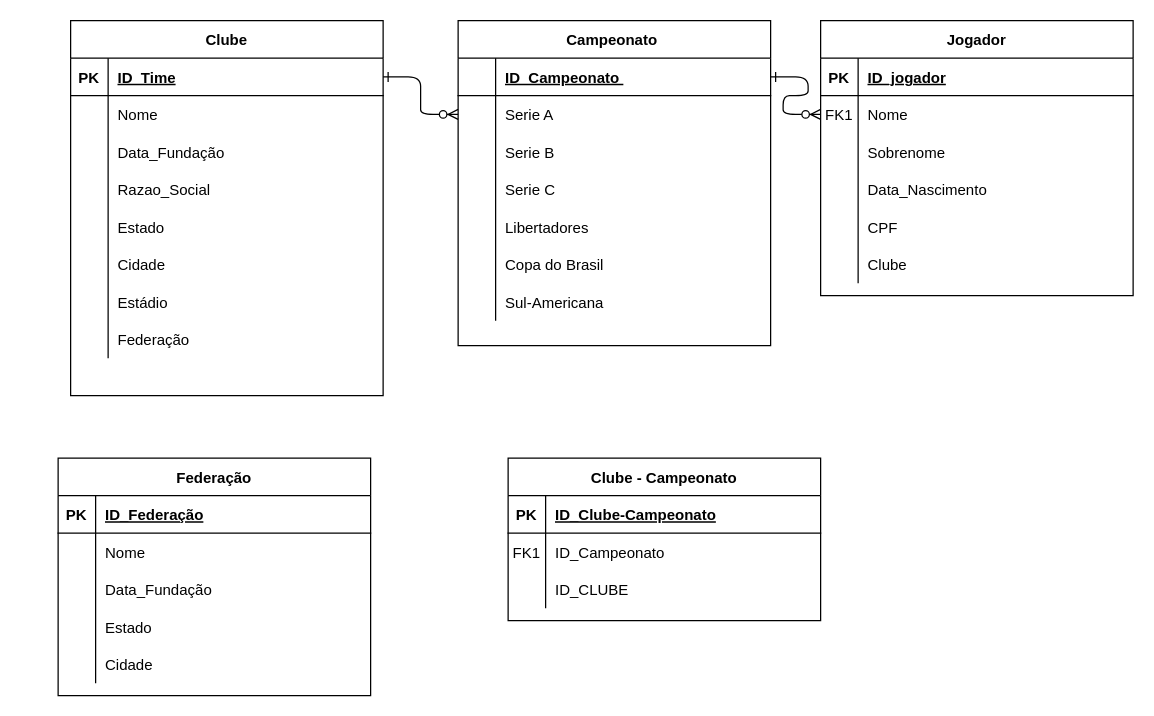
Above: Checkpoint 1.drawio in joaopaulo159/DH (draw.io), before the change. Source tidied: cells renumbered, new cells numbered last; positions are measured from the earlier drawing's top-left corner, leaving out a move shared by most shapes. Both pictures are drawn from the tidied source at 125%, with x=0, y=0 at pixel (58, 20).
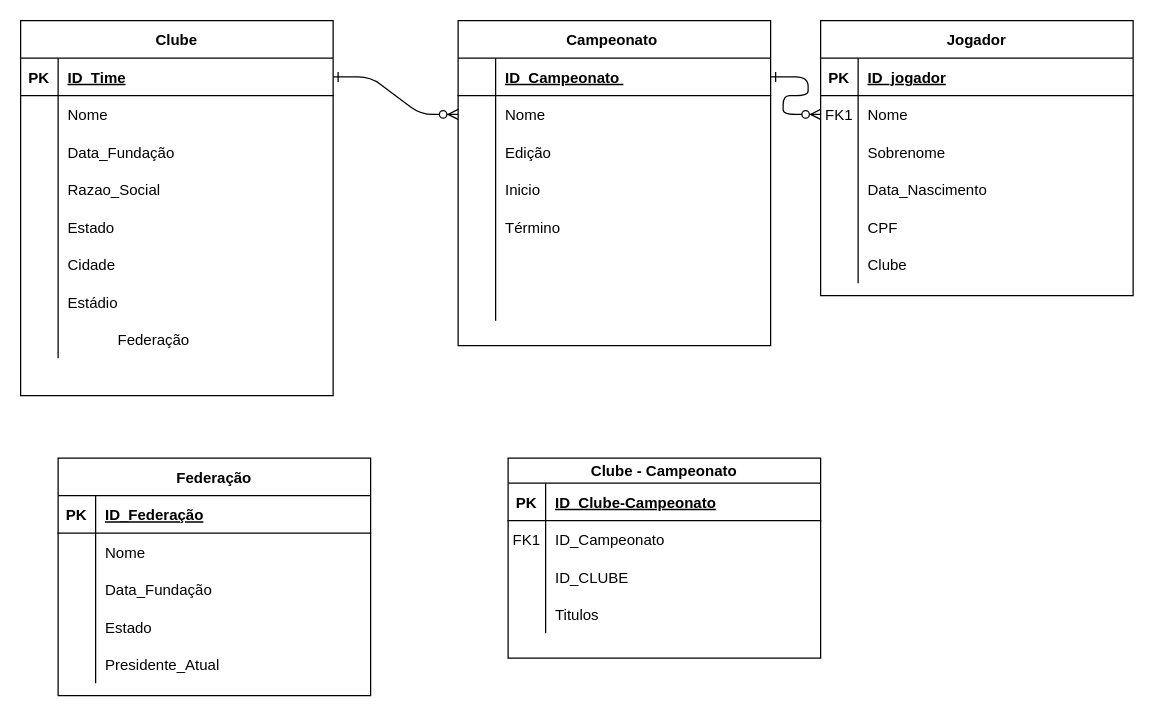
Above is the later version.

Unchanged cells that the change refers to:
```xml
<mxCell id="8" style="shape=partialRectangle;fillColor=none;points=[[0,0.5],[1,0.5]];portConstraint=eastwest;top=0;left=0;right=0;bottom=0;" parent="4" vertex="1">
  <mxGeometry y="60" width="250" height="30" as="geometry" />
</mxCell>
<mxCell id="11" style="shape=partialRectangle;fillColor=none;top=0;left=0;right=0;bottom=0;" parent="4" vertex="1">
  <mxGeometry y="90" width="250" height="30" as="geometry" />
</mxCell>
<mxCell id="14" style="shape=partialRectangle;fillColor=none;top=0;left=0;right=0;bottom=0;" parent="4" vertex="1">
  <mxGeometry y="120" width="250" height="30" as="geometry" />
</mxCell>
<mxCell id="17" style="shape=partialRectangle;fillColor=none;top=0;left=0;right=0;bottom=0;" parent="4" vertex="1">
  <mxGeometry y="150" width="250" height="30" as="geometry" />
</mxCell>
<mxCell id="20" style="shape=partialRectangle;fillColor=none;top=0;left=0;right=0;bottom=0;" parent="4" vertex="1">
  <mxGeometry y="180" width="250" height="30" as="geometry" />
</mxCell>
<mxCell id="23" style="shape=partialRectangle;fillColor=none;top=0;left=0;right=0;bottom=0;" parent="4" vertex="1">
  <mxGeometry y="210" width="250" height="30" as="geometry" />
</mxCell>
<mxCell id="83" style="shape=partialRectangle;fillColor=none;top=0;left=0;right=0;bottom=0;" parent="70" vertex="1">
  <mxGeometry y="150" width="250" height="30" as="geometry" />
</mxCell>
```

What changed in the source:
```diff
@@
-    <mxCell id="10" value="Serie A" style="shape=partialRectangle;overflow=hidden;fillColor=none;top=0;left=0;bottom=0;right=0;align=left;spacingLeft=6;" parent="8" vertex="1">
+    <mxCell id="10" value="Nome" style="shape=partialRectangle;overflow=hidden;fillColor=none;top=0;left=0;bottom=0;right=0;align=left;spacingLeft=6;" parent="8" vertex="1">
       <mxGeometry x="30" width="220" height="30" as="geometry" />
     </mxCell>
@@
-    <mxCell id="13" value="Serie B" style="shape=partialRectangle;overflow=hidden;fillColor=none;top=0;left=0;bottom=0;right=0;align=left;spacingLeft=6;" parent="11" vertex="1">
+    <mxCell id="13" value="Edição" style="shape=partialRectangle;overflow=hidden;fillColor=none;top=0;left=0;bottom=0;right=0;align=left;spacingLeft=6;" parent="11" vertex="1">
       <mxGeometry x="30" width="220" height="30" as="geometry" />
     </mxCell>
@@
-    <mxCell id="16" value="Serie C" style="shape=partialRectangle;overflow=hidden;fillColor=none;top=0;left=0;bottom=0;right=0;align=left;spacingLeft=6;" parent="14" vertex="1">
+    <mxCell id="16" value="Inicio" style="shape=partialRectangle;overflow=hidden;fillColor=none;top=0;left=0;bottom=0;right=0;align=left;spacingLeft=6;" parent="14" vertex="1">
       <mxGeometry x="30" width="220" height="30" as="geometry" />
     </mxCell>
@@
-    <mxCell id="19" value="Libertadores" style="shape=partialRectangle;overflow=hidden;fillColor=none;top=0;left=0;bottom=0;right=0;align=left;spacingLeft=6;" parent="17" vertex="1">
+    <mxCell id="19" value="Término" style="shape=partialRectangle;overflow=hidden;fillColor=none;top=0;left=0;bottom=0;right=0;align=left;spacingLeft=6;" parent="17" vertex="1">
       <mxGeometry x="30" width="220" height="30" as="geometry" />
     </mxCell>
@@
-    <mxCell id="22" value="Copa do Brasil " style="shape=partialRectangle;overflow=hidden;fillColor=none;top=0;left=0;bottom=0;right=0;align=left;spacingLeft=6;" parent="20" vertex="1">
+    <mxCell id="22" style="shape=partialRectangle;overflow=hidden;fillColor=none;top=0;left=0;bottom=0;right=0;align=left;spacingLeft=6;" parent="20" vertex="1">
       <mxGeometry x="30" width="220" height="30" as="geometry" />
     </mxCell>
@@
-    <mxCell id="25" value="Sul-Americana" style="shape=partialRectangle;overflow=hidden;fillColor=none;top=0;left=0;bottom=0;right=0;align=left;spacingLeft=6;" parent="23" vertex="1">
+    <mxCell id="25" style="shape=partialRectangle;overflow=hidden;fillColor=none;top=0;left=0;bottom=0;right=0;align=left;spacingLeft=6;" parent="23" vertex="1">
       <mxGeometry x="30" width="220" height="30" as="geometry" />
     </mxCell>
@@
     <mxCell id="45" value="Clube" style="shape=table;startSize=30;childLayout=tableLayout;rowLines=0;fontStyle=1;align=center;" parent="1" vertex="1">
-      <mxGeometry x="10" width="250" height="300" as="geometry" />
+      <mxGeometry x="-30" width="250" height="300" as="geometry" />
     </mxCell>
@@
-    <mxCell id="85" value="Cidade" style="shape=partialRectangle;overflow=hidden;fillColor=none;top=0;left=0;bottom=0;right=0;align=left;spacingLeft=6;" parent="83" vertex="1">
+    <mxCell id="85" value="Presidente_Atual" style="shape=partialRectangle;overflow=hidden;fillColor=none;top=0;left=0;bottom=0;right=0;align=left;spacingLeft=6;" parent="83" vertex="1">
       <mxGeometry x="30" width="220" height="30" as="geometry" />
     </mxCell>
@@
-    <mxCell id="87" value="Clube - Campeonato" style="shape=table;startSize=30;childLayout=tableLayout;rowLines=0;fontStyle=1;align=center;" parent="1" vertex="1">
-      <mxGeometry x="360" y="350" width="250" height="130" as="geometry" />
+    <mxCell id="87" value="Clube - Campeonato" style="shape=table;startSize=20;childLayout=tableLayout;rowLines=0;fontStyle=1;align=center;" parent="1" vertex="1">
+      <mxGeometry x="360" y="350" width="250" height="160" as="geometry" />
     </mxCell>
     <mxCell id="88" style="shape=partialRectangle;fillColor=none;top=0;left=0;right=0;bottom=1;" parent="87" vertex="1">
-      <mxGeometry y="30" width="250" height="30" as="geometry" />
+      <mxGeometry y="20" width="250" height="30" as="geometry" />
     </mxCell>
@@
     <mxCell id="91" style="shape=partialRectangle;fillColor=none;top=0;left=0;right=0;bottom=0;" parent="87" vertex="1">
-      <mxGeometry y="60" width="250" height="30" as="geometry" />
+      <mxGeometry y="50" width="250" height="30" as="geometry" />
     </mxCell>
@@
     <mxCell id="94" style="shape=partialRectangle;fillColor=none;top=0;left=0;right=0;bottom=0;" parent="87" vertex="1">
-      <mxGeometry y="90" width="250" height="30" as="geometry" />
+      <mxGeometry y="80" width="250" height="30" as="geometry" />
     </mxCell>
@@
+    <mxCell id="97" style="shape=partialRectangle;fillColor=none;top=0;left=0;right=0;bottom=0;" parent="87" vertex="1">
+      <mxGeometry y="110" width="250" height="30" as="geometry" />
+    </mxCell>
+    <mxCell id="98" style="shape=partialRectangle;overflow=hidden;fillColor=none;top=0;left=0;bottom=0;right=0;" parent="97" vertex="1">
+      <mxGeometry width="30" height="30" as="geometry" />
+    </mxCell>
+    <mxCell id="99" value="Titulos" style="shape=partialRectangle;overflow=hidden;fillColor=none;top=0;left=0;bottom=0;right=0;align=left;spacingLeft=6;" parent="97" vertex="1">
+      <mxGeometry x="30" width="220" height="30" as="geometry" />
+    </mxCell>
```
